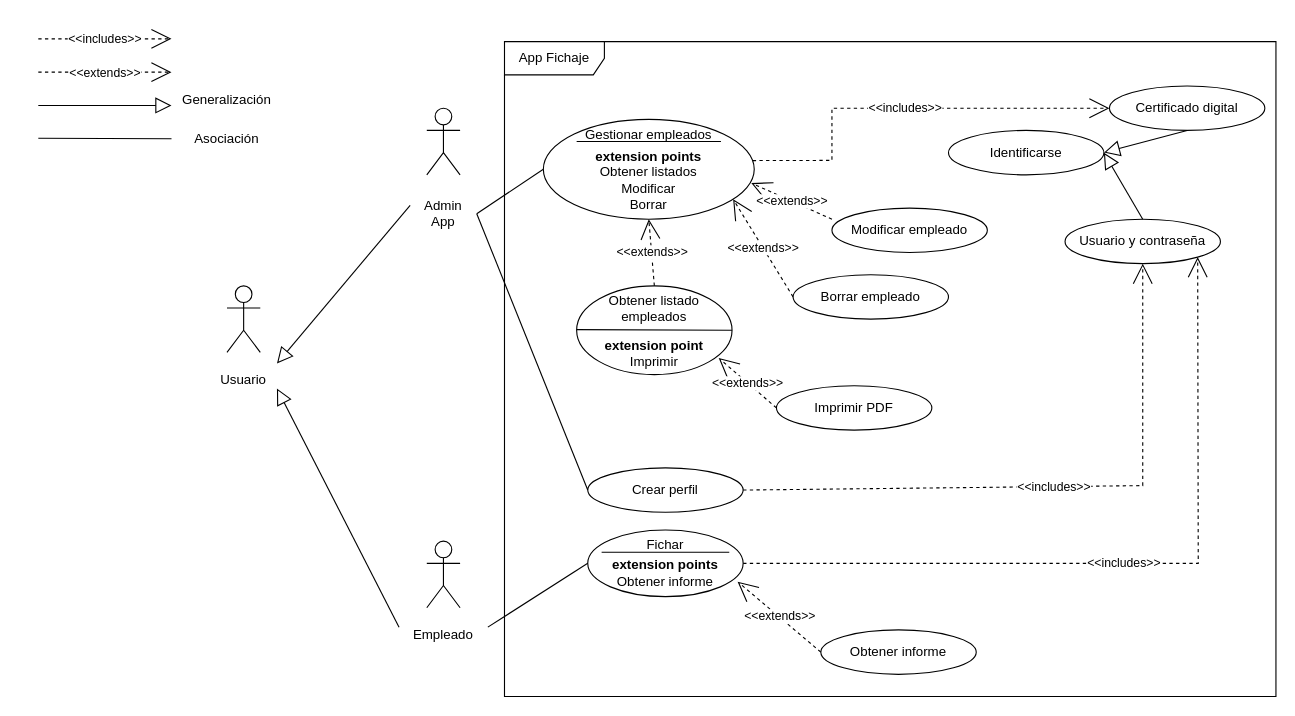
memfu/EntornosDesarrollo keeps this draw.io diagram as U6T5.drawio. Above is the earlier version. Source tidied: cells renumbered, new cells numbered last; positions are measured from the earlier drawing's top-left corner, leaving out a move shared by most shapes. Both pictures are drawn from the tidied source at 111%, with x=0, y=0 at pixel (38, 39).
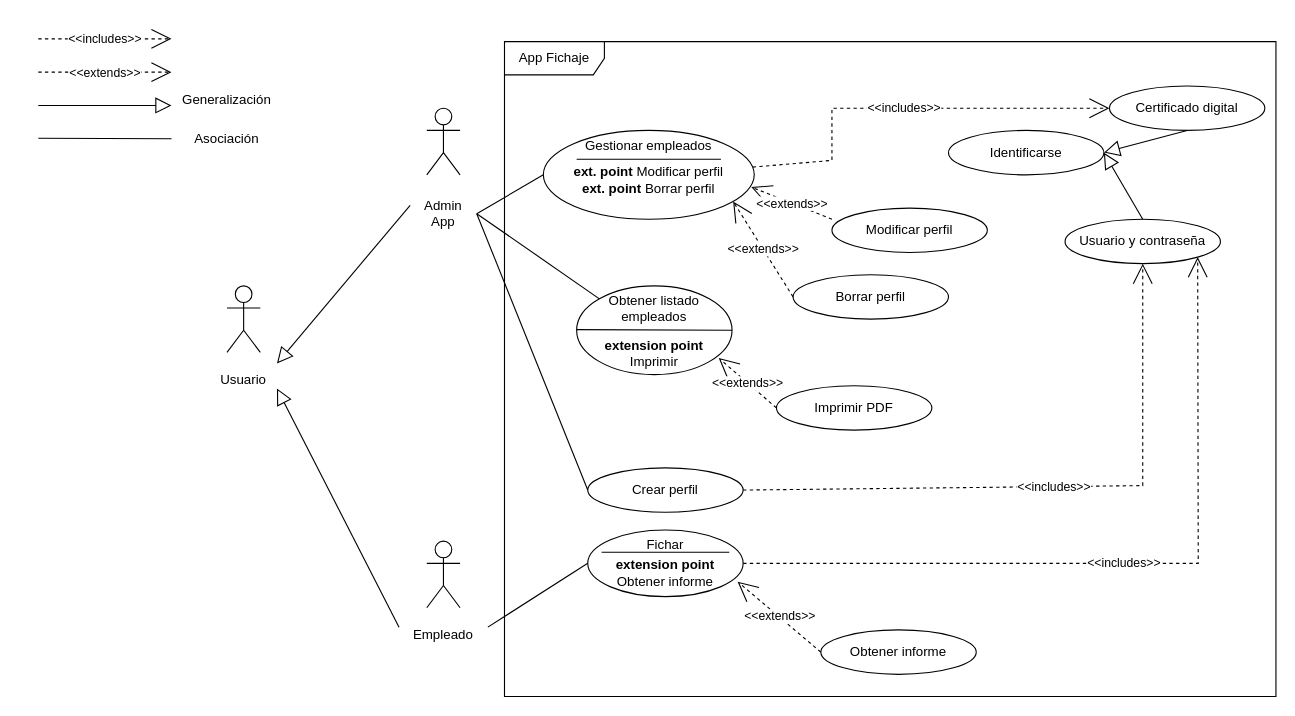
The same diagram, later.

Unchanged cells that the change refers to:
```xml
<mxCell id="4" value="Admin App" style="text;strokeColor=none;align=center;fillColor=none;html=1;verticalAlign=middle;whiteSpace=wrap;rounded=0;" parent="1" vertex="1">
  <mxGeometry x="335" y="142" width="60" height="30" as="geometry" />
</mxCell>
<mxCell id="15" value="Obtener listado empleados" style="ellipse;whiteSpace=wrap;html=1;verticalAlign=top;" parent="14" vertex="1">
  <mxGeometry width="140" height="80" as="geometry" />
</mxCell>
<mxCell id="36" style="group;labelPosition=center;verticalLabelPosition=middle;align=center;verticalAlign=top;" parent="1" vertex="1">
  <mxGeometry x="505" y="72" width="140" height="90" as="geometry" />
</mxCell>
```

Diff of the diagram source:
```diff
@@
     <mxCell id="37" value="Gestionar empleados" style="ellipse;whiteSpace=wrap;html=1;verticalAlign=top;" parent="36" vertex="1">
-      <mxGeometry x="-50" width="190" height="90" as="geometry" />
+      <mxGeometry x="-50" y="10" width="190" height="80" as="geometry" />
     </mxCell>
-    <mxCell id="38" value="&lt;div&gt;&lt;b&gt;extension points&lt;/b&gt;&lt;/div&gt;&lt;div&gt;Obtener listados&lt;br&gt;&lt;/div&gt;&lt;div&gt;Modificar&lt;/div&gt;&lt;div&gt;Borrar&lt;br&gt;&lt;/div&gt;" style="text;strokeColor=none;align=center;fillColor=none;html=1;verticalAlign=middle;whiteSpace=wrap;rounded=0;" parent="36" vertex="1">
-      <mxGeometry x="-20" y="40" width="130" height="30" as="geometry" />
+    <mxCell id="38" value="&lt;div&gt;&lt;b&gt;ext. point &lt;/b&gt;Modificar perfil&lt;br&gt;&lt;/div&gt;&lt;div&gt;&lt;b&gt;ext. point&lt;/b&gt; Borrar perfil&lt;br&gt;&lt;/div&gt;" style="text;strokeColor=none;align=center;fillColor=none;html=1;verticalAlign=middle;whiteSpace=wrap;rounded=0;" parent="36" vertex="1">
+      <mxGeometry x="-30" y="40" width="150" height="30" as="geometry" />
     </mxCell>
     <mxCell id="39" style="edgeStyle=none;orthogonalLoop=1;jettySize=auto;html=1;rounded=0;endArrow=none;endFill=0;" parent="36" edge="1">
       <mxGeometry relative="1" as="geometry">
-        <mxPoint x="-20" y="20" as="sourcePoint" />
-        <mxPoint x="110" y="20" as="targetPoint" />
+        <mxPoint x="-20" y="36" as="sourcePoint" />
+        <mxPoint x="110" y="36" as="targetPoint" />
       </mxGeometry>
     </mxCell>
@@
-    <mxCell id="41" value="Modificar empleado" style="ellipse;whiteSpace=wrap;html=1;" parent="1" vertex="1">
+    <mxCell id="41" value="Modificar perfil" style="ellipse;whiteSpace=wrap;html=1;" parent="1" vertex="1">
       <mxGeometry x="715" y="152" width="140" height="40" as="geometry" />
     </mxCell>
@@
-    <mxCell id="44" value="&amp;lt;&amp;lt;extends&amp;gt;&amp;gt;" style="endArrow=open;endSize=16;endFill=0;html=1;rounded=0;dashed=1;entryX=0.5;entryY=1;entryDx=0;entryDy=0;exitX=0.5;exitY=0;exitDx=0;exitDy=0;" parent="1" edge="1" source="15" target="37">
-      <mxGeometry relative="1" as="geometry" />
-    </mxCell>
-    <mxCell id="45" value="&lt;div&gt;&lt;b&gt;extension points&lt;/b&gt;&lt;/div&gt;&lt;div&gt;Obtener informe&lt;br&gt;&lt;/div&gt;" style="text;strokeColor=none;align=center;fillColor=none;html=1;verticalAlign=middle;whiteSpace=wrap;rounded=0;" parent="1" vertex="1">
+    <mxCell id="45" value="&lt;div&gt;&lt;b&gt;extension point&lt;/b&gt;&lt;/div&gt;&lt;div&gt;Obtener informe&lt;br&gt;&lt;/div&gt;" style="text;strokeColor=none;align=center;fillColor=none;html=1;verticalAlign=middle;whiteSpace=wrap;rounded=0;" parent="1" vertex="1">
       <mxGeometry x="500" y="466" width="130" height="30" as="geometry" />
     </mxCell>
@@
-    <mxCell id="48" value="Borrar empleado" style="ellipse;whiteSpace=wrap;html=1;" parent="1" vertex="1">
+    <mxCell id="48" value="Borrar perfil" style="ellipse;whiteSpace=wrap;html=1;" parent="1" vertex="1">
       <mxGeometry x="680" y="212" width="140" height="40" as="geometry" />
     </mxCell>
+    <mxCell id="49" style="endArrow=none;endFill=0;endSize=12;html=1;rounded=0;exitX=1;exitY=0.5;exitDx=0;exitDy=0;entryX=0;entryY=0;entryDx=0;entryDy=0;" parent="1" edge="1" source="4" target="15">
+      <mxGeometry relative="1" as="geometry" />
+    </mxCell>
```
